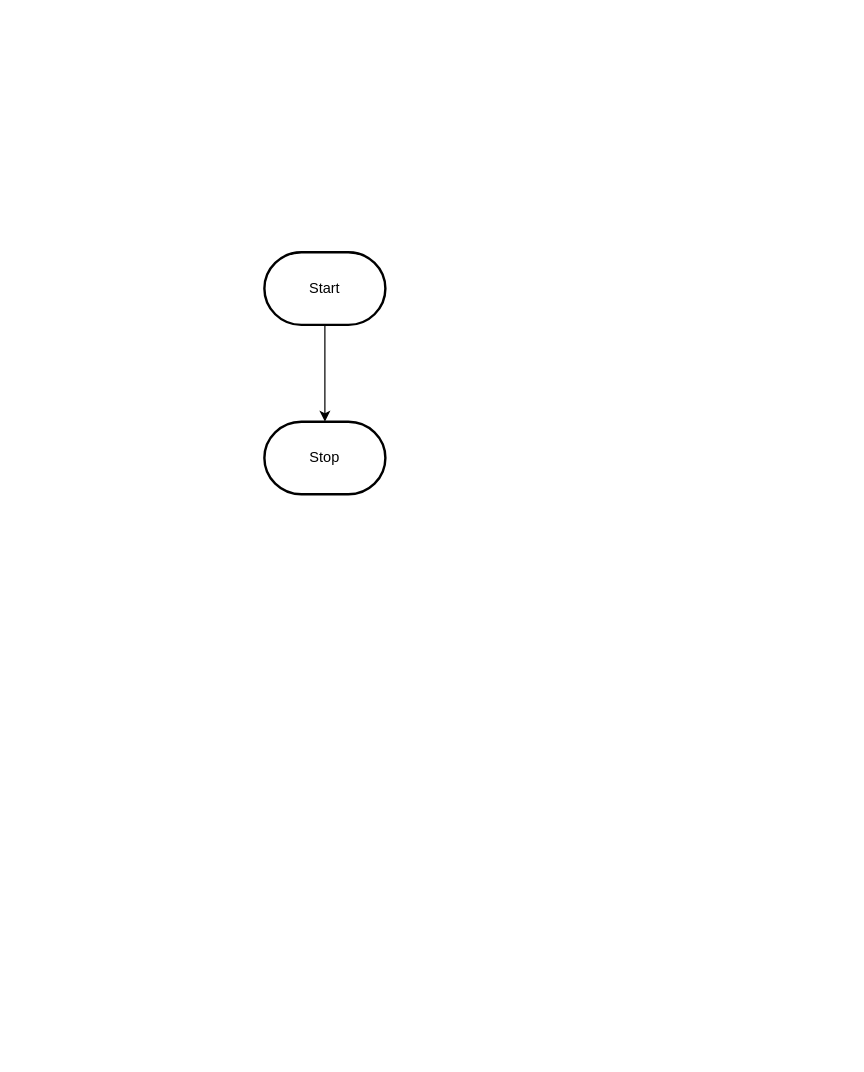
Before: design/flowchart.drawio in MTHS-ICD2O-1-2023/ICD2O-Unit-5-05-Gabriel-Zanardi, a draw.io diagram. Source tidied: cells renumbered, new cells numbered last; positions are measured from the earlier drawing's top-left corner, leaving out a move shared by most shapes. Both pictures are drawn from the tidied source at 121%, with x=0, y=0 at pixel (264, 252).
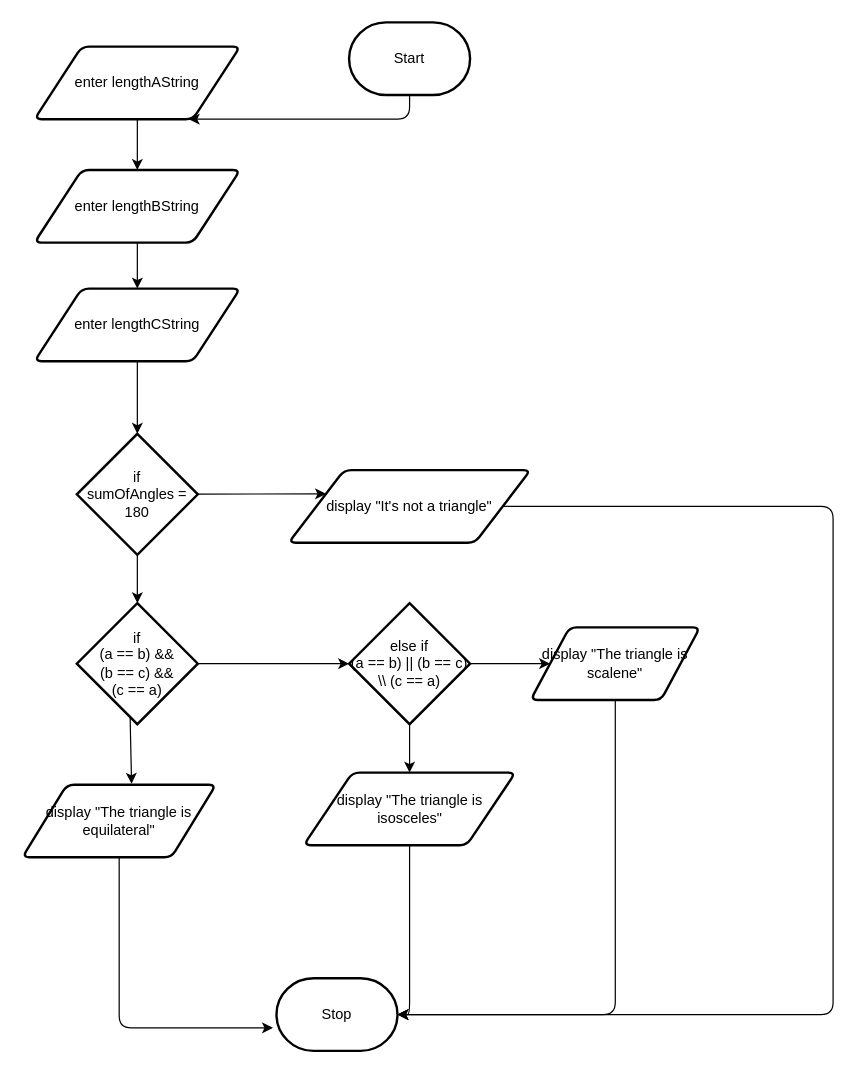
The same diagram, later.

Commit message:
finished flowchart

Diff of the diagram source:
```diff
@@
-    <mxCell id="2" style="edgeStyle=orthogonalEdgeStyle;html=1;rounded=0;" parent="1" edge="1" source="3" target="4">
-      <mxGeometry relative="1" as="geometry" />
-    </mxCell>
+    <mxCell id="5" style="edgeStyle=none;html=1;entryX=0.75;entryY=1;entryDx=0;entryDy=0;" parent="1" edge="1" source="3" target="2">
+      <mxGeometry relative="1" as="geometry">
+        <Array as="points">
+          <mxPoint x="120" y="-110" />
+        </Array>
+      </mxGeometry>
+    </mxCell>
     <mxCell id="3" value="Start" style="strokeWidth=2;html=1;shape=mxgraph.flowchart.terminator;whiteSpace=wrap;" parent="1" vertex="1">
-      <mxGeometry width="100" height="60" as="geometry" />
+      <mxGeometry x="70" y="-190" width="100" height="60" as="geometry" />
     </mxCell>
     <mxCell id="4" value="Stop" style="strokeWidth=2;html=1;shape=mxgraph.flowchart.terminator;whiteSpace=wrap;" parent="1" vertex="1">
-      <mxGeometry y="140" width="100" height="60" as="geometry" />
+      <mxGeometry x="10" y="600" width="100" height="60" as="geometry" />
     </mxCell>
+    <mxCell id="6" style="edgeStyle=none;html=1;" parent="1" edge="1" source="2" target="8">
+      <mxGeometry relative="1" as="geometry" />
+    </mxCell>
+    <mxCell id="2" value="enter lengthAString" style="shape=parallelogram;html=1;strokeWidth=2;perimeter=parallelogramPerimeter;whiteSpace=wrap;rounded=1;arcSize=12;size=0.23;" parent="1" vertex="1">
+      <mxGeometry x="-190" y="-170" width="170" height="60" as="geometry" />
+    </mxCell>
+    <mxCell id="7" style="edgeStyle=none;html=1;entryX=0.5;entryY=0;entryDx=0;entryDy=0;" parent="1" edge="1" source="8" target="10">
+      <mxGeometry relative="1" as="geometry" />
+    </mxCell>
+    <mxCell id="8" value="enter lengthBString" style="shape=parallelogram;html=1;strokeWidth=2;perimeter=parallelogramPerimeter;whiteSpace=wrap;rounded=1;arcSize=12;size=0.23;" parent="1" vertex="1">
+      <mxGeometry x="-190" y="-68" width="170" height="60" as="geometry" />
+    </mxCell>
+    <mxCell id="9" style="edgeStyle=none;html=1;entryX=0.5;entryY=0;entryDx=0;entryDy=0;entryPerimeter=0;" parent="1" edge="1" source="10" target="13">
+      <mxGeometry relative="1" as="geometry" />
+    </mxCell>
+    <mxCell id="10" value="enter lengthCString" style="shape=parallelogram;html=1;strokeWidth=2;perimeter=parallelogramPerimeter;whiteSpace=wrap;rounded=1;arcSize=12;size=0.23;" parent="1" vertex="1">
+      <mxGeometry x="-190" y="30" width="170" height="60" as="geometry" />
+    </mxCell>
+    <mxCell id="11" style="edgeStyle=none;html=1;entryX=0;entryY=0.25;entryDx=0;entryDy=0;" parent="1" edge="1" source="13" target="15">
+      <mxGeometry relative="1" as="geometry" />
+    </mxCell>
+    <mxCell id="12" style="edgeStyle=none;html=1;entryX=0.5;entryY=0;entryDx=0;entryDy=0;entryPerimeter=0;" parent="1" edge="1" source="13" target="20">
+      <mxGeometry relative="1" as="geometry" />
+    </mxCell>
+    <mxCell id="13" value="if&lt;br&gt;sumOfAngles = 180" style="strokeWidth=2;html=1;shape=mxgraph.flowchart.decision;whiteSpace=wrap;" parent="1" vertex="1">
+      <mxGeometry x="-155" y="150" width="100" height="100" as="geometry" />
+    </mxCell>
+    <mxCell id="14" style="edgeStyle=none;html=1;entryX=1;entryY=0.5;entryDx=0;entryDy=0;entryPerimeter=0;" parent="1" edge="1" source="15" target="4">
+      <mxGeometry relative="1" as="geometry">
+        <Array as="points">
+          <mxPoint x="470" y="210" />
+          <mxPoint x="470" y="630" />
+        </Array>
+      </mxGeometry>
+    </mxCell>
+    <mxCell id="15" value="display &quot;It's not a triangle&quot;" style="shape=parallelogram;html=1;strokeWidth=2;perimeter=parallelogramPerimeter;whiteSpace=wrap;rounded=1;arcSize=12;size=0.23;" parent="1" vertex="1">
+      <mxGeometry x="20" y="180" width="200" height="60" as="geometry" />
+    </mxCell>
+    <mxCell id="16" style="edgeStyle=none;html=1;entryX=-0.029;entryY=0.683;entryDx=0;entryDy=0;entryPerimeter=0;" parent="1" edge="1" source="17" target="4">
+      <mxGeometry relative="1" as="geometry">
+        <Array as="points">
+          <mxPoint x="-120" y="641" />
+        </Array>
+      </mxGeometry>
+    </mxCell>
+    <mxCell id="17" value="display &quot;The triangle is equilateral&quot;" style="shape=parallelogram;html=1;strokeWidth=2;perimeter=parallelogramPerimeter;whiteSpace=wrap;rounded=1;arcSize=12;size=0.23;" parent="1" vertex="1">
+      <mxGeometry x="-200" y="440" width="160" height="60" as="geometry" />
+    </mxCell>
+    <mxCell id="18" style="edgeStyle=none;html=1;entryX=0.564;entryY=-0.013;entryDx=0;entryDy=0;entryPerimeter=0;exitX=0.44;exitY=0.925;exitDx=0;exitDy=0;exitPerimeter=0;" parent="1" edge="1" source="20" target="17">
+      <mxGeometry relative="1" as="geometry" />
+    </mxCell>
+    <mxCell id="19" style="edgeStyle=none;html=1;entryX=0;entryY=0.5;entryDx=0;entryDy=0;entryPerimeter=0;" parent="1" edge="1" source="20" target="23">
+      <mxGeometry relative="1" as="geometry" />
+    </mxCell>
+    <mxCell id="20" value="if&lt;br&gt;(a == b) &amp;amp;&amp;amp;&lt;br&gt;(b == c) &amp;amp;&amp;amp;&lt;br&gt;(c == a)" style="strokeWidth=2;html=1;shape=mxgraph.flowchart.decision;whiteSpace=wrap;" parent="1" vertex="1">
+      <mxGeometry x="-155" y="290" width="100" height="100" as="geometry" />
+    </mxCell>
+    <mxCell id="21" style="edgeStyle=none;html=1;entryX=0.5;entryY=0;entryDx=0;entryDy=0;" parent="1" edge="1" source="23" target="25">
+      <mxGeometry relative="1" as="geometry" />
+    </mxCell>
+    <mxCell id="22" style="edgeStyle=none;html=1;entryX=0;entryY=0.5;entryDx=0;entryDy=0;" parent="1" edge="1" source="23" target="27">
+      <mxGeometry relative="1" as="geometry" />
+    </mxCell>
+    <mxCell id="23" value="else if&lt;br&gt;(a == b) || (b == c) \\ (c == a)" style="strokeWidth=2;html=1;shape=mxgraph.flowchart.decision;whiteSpace=wrap;" parent="1" vertex="1">
+      <mxGeometry x="70" y="290" width="100" height="100" as="geometry" />
+    </mxCell>
+    <mxCell id="24" style="edgeStyle=none;html=1;entryX=1;entryY=0.5;entryDx=0;entryDy=0;entryPerimeter=0;" parent="1" edge="1" source="25" target="4">
+      <mxGeometry relative="1" as="geometry">
+        <Array as="points">
+          <mxPoint x="120" y="630" />
+        </Array>
+      </mxGeometry>
+    </mxCell>
+    <mxCell id="25" value="display &quot;The triangle is isosceles&quot;" style="shape=parallelogram;html=1;strokeWidth=2;perimeter=parallelogramPerimeter;whiteSpace=wrap;rounded=1;arcSize=12;size=0.23;" parent="1" vertex="1">
+      <mxGeometry x="32.5" y="430" width="175" height="60" as="geometry" />
+    </mxCell>
+    <mxCell id="26" style="edgeStyle=none;html=1;entryX=1;entryY=0.5;entryDx=0;entryDy=0;entryPerimeter=0;" parent="1" edge="1" source="27" target="4">
+      <mxGeometry relative="1" as="geometry">
+        <Array as="points">
+          <mxPoint x="290" y="630" />
+        </Array>
+      </mxGeometry>
+    </mxCell>
+    <mxCell id="27" value="display &quot;The triangle is scalene&quot;" style="shape=parallelogram;html=1;strokeWidth=2;perimeter=parallelogramPerimeter;whiteSpace=wrap;rounded=1;arcSize=12;size=0.23;" parent="1" vertex="1">
+      <mxGeometry x="220" y="310" width="140" height="60" as="geometry" />
+    </mxCell>
```
